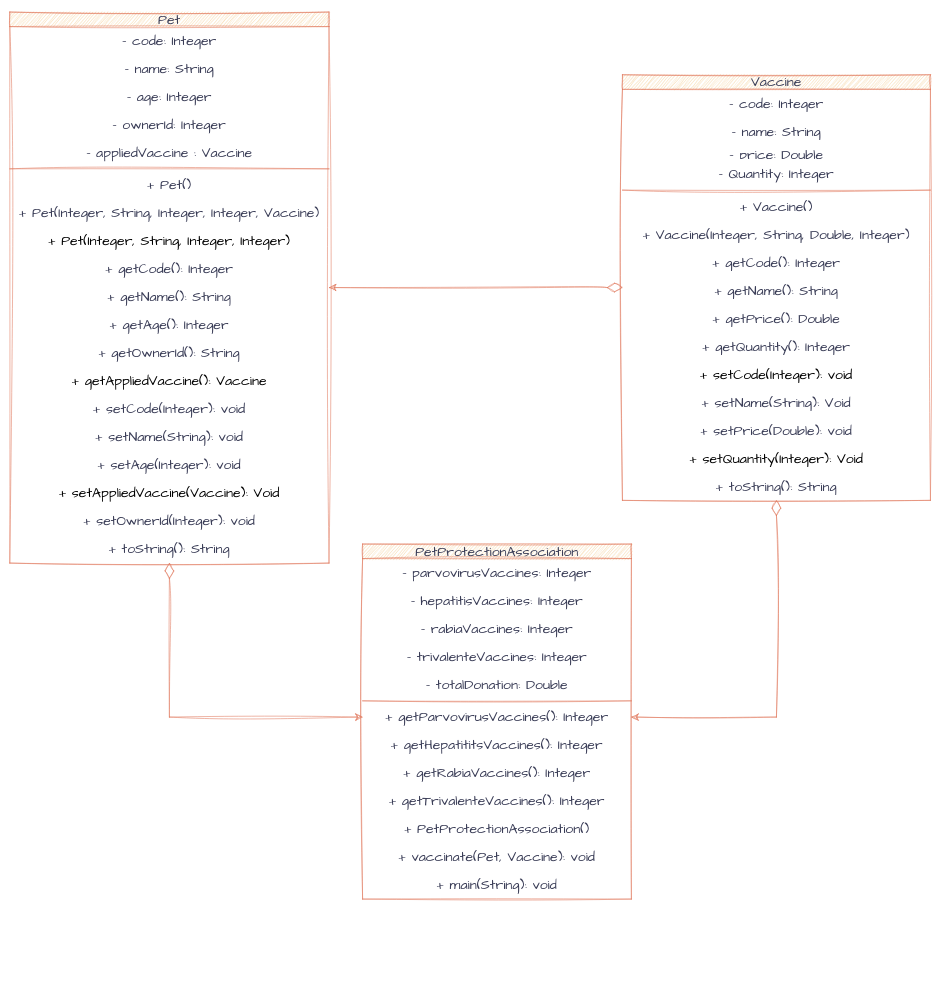
Before: diagrama-clases.drawio in mkrimaro13/proyectoED, a draw.io diagram. Source tidied: cells renumbered, new cells numbered last; positions are measured from the earlier drawing's top-left corner, leaving out a move shared by most shapes. Both pictures are drawn from the tidied source at 56%, with x=0, y=0 at pixel (10, 12).
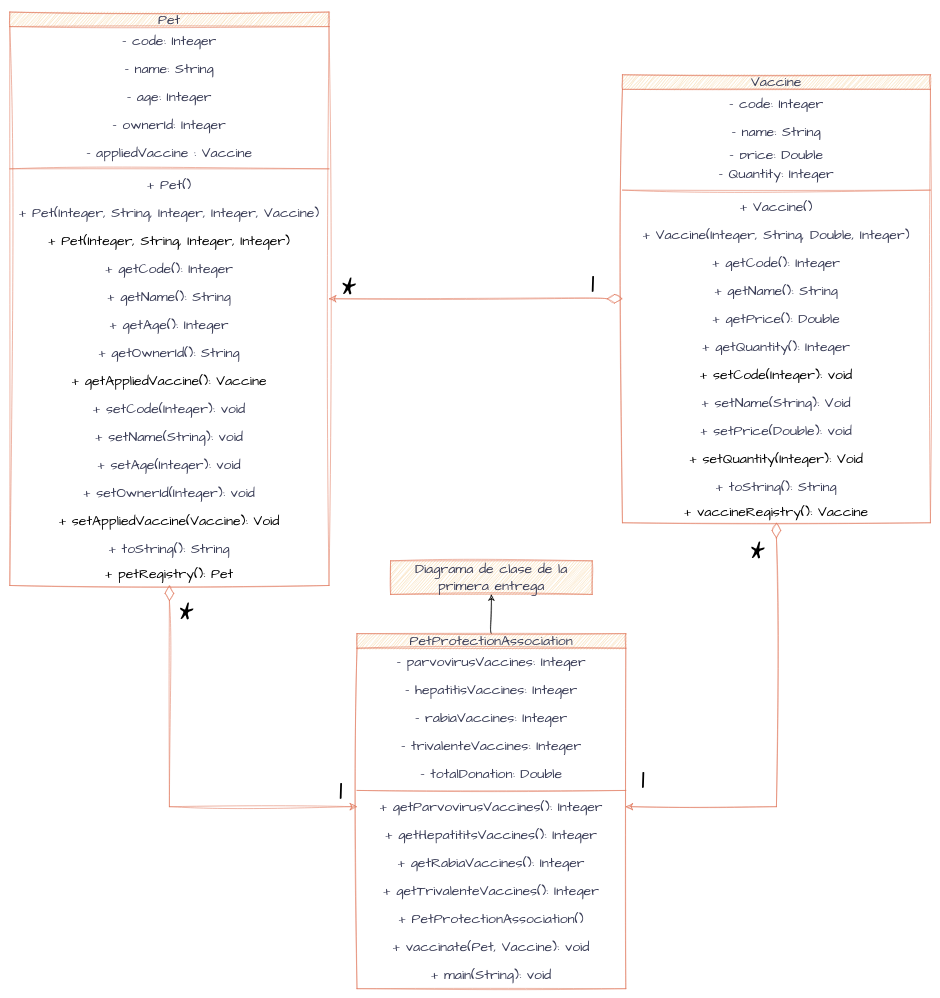
The same diagram, later.

The change refers to these unchanged cells:
```xml
<mxCell id="25" style="edgeStyle=none;curved=1;rounded=0;sketch=1;hachureGap=4;jiggle=2;curveFitting=1;jettySize=auto;html=1;fontFamily=Architects Daughter;fontSize=16;startSize=25;endSize=10;fillColor=#ffe6cc;strokeColor=#E07A5F;startArrow=diamondThin;startFill=0;" parent="1" edge="1" source="26" target="3">
  <mxGeometry relative="1" as="geometry" />
</mxCell>
```

Diff of the diagram source:
```diff
@@
     <mxCell id="3" value="Pet" style="swimlane;fontStyle=0;align=center;verticalAlign=middle;horizontal=1;startSize=26;whiteSpace=wrap;html=1;rounded=0;labelBackgroundColor=none;fontFamily=Architects Daughter;fontSize=25;sketch=1;curveFitting=1;jiggle=2;fillColor=#F2CC8F;strokeColor=#E07A5F;fontColor=#393C56;" parent="1" vertex="1">
-      <mxGeometry width="570" height="984" as="geometry" />
+      <mxGeometry width="570" height="1024" as="geometry" />
     </mxCell>
@@
+    <mxCell id="22" value="+ setOwnerId(Integer): void" style="text;strokeColor=none;fillColor=none;align=center;verticalAlign=middle;spacingLeft=4;spacingRight=4;overflow=hidden;whiteSpace=wrap;html=1;rounded=0;labelBackgroundColor=none;fontFamily=Architects Daughter;fontSize=25;glass=0;shadow=0;noLabel=0;fixDash=0;backgroundOutline=0;sketch=1;curveFitting=1;jiggle=2;fontColor=#393C56;fontStyle=0;" parent="3" vertex="1">
+      <mxGeometry y="834" width="570" height="50" as="geometry" />
+    </mxCell>
     <mxCell id="21" value="+ setAppliedVaccine(Vaccine): Void" style="text;strokeColor=none;fillColor=none;align=center;verticalAlign=middle;spacingLeft=4;spacingRight=4;overflow=hidden;whiteSpace=wrap;html=1;fontSize=25;fontFamily=Architects Daughter;fontStyle=0;" parent="3" vertex="1">
-      <mxGeometry y="834" width="570" height="50" as="geometry" />
+      <mxGeometry y="884" width="570" height="50" as="geometry" />
     </mxCell>
-    <mxCell id="22" value="+ setOwnerId(Integer): void" style="text;strokeColor=none;fillColor=none;align=center;verticalAlign=middle;spacingLeft=4;spacingRight=4;overflow=hidden;whiteSpace=wrap;html=1;rounded=0;labelBackgroundColor=none;fontFamily=Architects Daughter;fontSize=25;glass=0;shadow=0;noLabel=0;fixDash=0;backgroundOutline=0;sketch=1;curveFitting=1;jiggle=2;fontColor=#393C56;fontStyle=0;" parent="3" vertex="1">
-      <mxGeometry y="884" width="570" height="50" as="geometry" />
-    </mxCell>
@@
+    <mxCell id="57" value="+&amp;nbsp;petRegistry(): Pet" style="text;strokeColor=none;fillColor=none;align=center;verticalAlign=middle;spacingLeft=4;spacingRight=4;overflow=hidden;whiteSpace=wrap;html=1;fontSize=25;fontFamily=Architects Daughter;" parent="3" vertex="1">
+      <mxGeometry y="984" width="570" height="40" as="geometry" />
+    </mxCell>
@@
+    <mxCell id="58" value="1" style="edgeLabel;html=1;align=center;verticalAlign=middle;fontSize=50;fontFamily=Architects Daughter;fontColor=default;labelBackgroundColor=none;" parent="25" vertex="1">
+      <mxGeometry x="-0.77" y="-1" relative="1" as="geometry">
+        <mxPoint x="6" y="-27" as="offset" />
+      </mxGeometry>
+    </mxCell>
     <mxCell id="26" value="Vaccine" style="swimlane;fontStyle=0;align=center;verticalAlign=middle;horizontal=1;startSize=26;whiteSpace=wrap;html=1;rounded=0;labelBackgroundColor=none;fontSize=25;fontFamily=Architects Daughter;sketch=1;curveFitting=1;jiggle=2;fillColor=#F2CC8F;strokeColor=#E07A5F;fontColor=#393C56;" parent="1" vertex="1">
-      <mxGeometry x="1094" y="112" width="550" height="760" as="geometry" />
+      <mxGeometry x="1094" y="112" width="550" height="800" as="geometry" />
     </mxCell>
@@
+    <mxCell id="59" value="+&amp;nbsp;vaccineRegistry(): Vaccine" style="text;strokeColor=none;fillColor=none;align=center;verticalAlign=middle;spacingLeft=4;spacingRight=4;overflow=hidden;whiteSpace=wrap;html=1;fontSize=25;fontFamily=Architects Daughter;" parent="26" vertex="1">
+      <mxGeometry y="760" width="550" height="40" as="geometry" />
+    </mxCell>
+    <mxCell id="60" style="edgeStyle=none;curved=1;rounded=0;sketch=1;hachureGap=4;jiggle=2;curveFitting=1;jettySize=auto;html=1;fontFamily=Architects Daughter;fontSize=16;startSize=8;endSize=8;" parent="1" edge="1" source="43" target="61">
+      <mxGeometry relative="1" as="geometry" />
+    </mxCell>
     <mxCell id="43" value="PetProtectionAssociation" style="swimlane;fontStyle=0;align=center;verticalAlign=middle;horizontal=1;startSize=26;whiteSpace=wrap;html=1;hachureGap=4;fontFamily=Architects Daughter;fontSize=25;labelBackgroundColor=none;sketch=1;curveFitting=1;jiggle=2;fillColor=#F2CC8F;strokeColor=#E07A5F;fontColor=#393C56;" parent="1" vertex="1">
-      <mxGeometry x="630" y="950" width="480" height="634" as="geometry" />
+      <mxGeometry x="620" y="1110" width="480" height="634" as="geometry" />
     </mxCell>
@@
+    <mxCell id="61" value="Diagrama de clase de la primera entrega" style="whiteSpace=wrap;html=1;fontSize=25;fontFamily=Architects Daughter;fillColor=#F2CC8F;strokeColor=#E07A5F;fontColor=#393C56;fontStyle=0;startSize=26;hachureGap=4;labelBackgroundColor=none;sketch=1;curveFitting=1;jiggle=2;" parent="1" vertex="1">
+      <mxGeometry x="680" y="980" width="360" height="60" as="geometry" />
+    </mxCell>
+    <mxCell id="62" value="*" style="text;html=1;align=center;verticalAlign=middle;strokeColor=none;fillColor=none;fontSize=50;fontFamily=Architects Daughter;" parent="1" vertex="1">
+      <mxGeometry x="580" y="460" width="50" height="70" as="geometry" />
+    </mxCell>
+    <mxCell id="63" value="*" style="text;html=1;align=center;verticalAlign=middle;strokeColor=none;fillColor=none;fontSize=50;fontFamily=Architects Daughter;" parent="1" vertex="1">
+      <mxGeometry x="290" y="1040" width="50" height="70" as="geometry" />
+    </mxCell>
+    <mxCell id="64" value="*" style="text;html=1;align=center;verticalAlign=middle;strokeColor=none;fillColor=none;fontSize=50;fontFamily=Architects Daughter;" parent="1" vertex="1">
+      <mxGeometry x="1310" y="930" width="50" height="70" as="geometry" />
+    </mxCell>
+    <mxCell id="65" value="1" style="edgeLabel;html=1;align=center;verticalAlign=middle;fontSize=50;fontFamily=Architects Daughter;fontColor=default;labelBackgroundColor=none;" parent="1" vertex="1">
+      <mxGeometry x="1130" y="1370" as="geometry" />
+    </mxCell>
+    <mxCell id="66" value="1" style="edgeLabel;html=1;align=center;verticalAlign=middle;fontSize=50;fontFamily=Architects Daughter;fontColor=default;labelBackgroundColor=none;" parent="1" vertex="1">
+      <mxGeometry x="590" y="1390" as="geometry" />
+    </mxCell>
```
